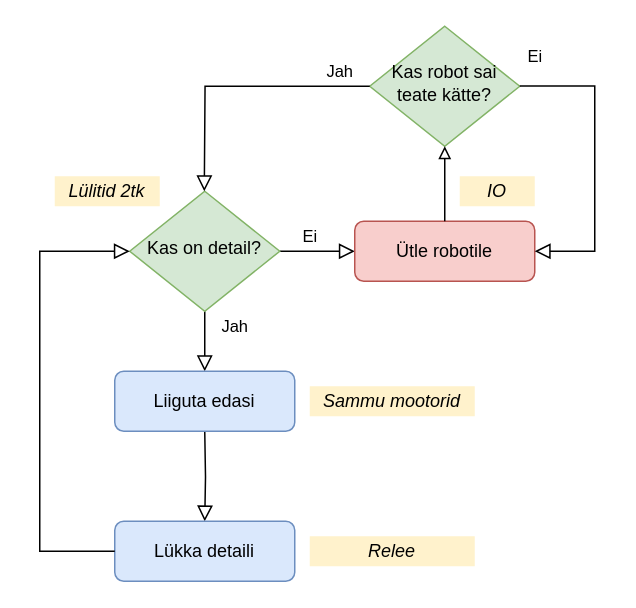
The draw.io diagram Skeemid/Vooskeem.drawio in taunoe/etteande-automatiseerimine-2025, before the edit. Source tidied: cells renumbered, new cells numbered last; positions are measured from the earlier drawing's top-left corner, leaving out a move shared by most shapes. Both pictures are drawn from the tidied source at 150%, with x=0, y=0 at pixel (39, 26).
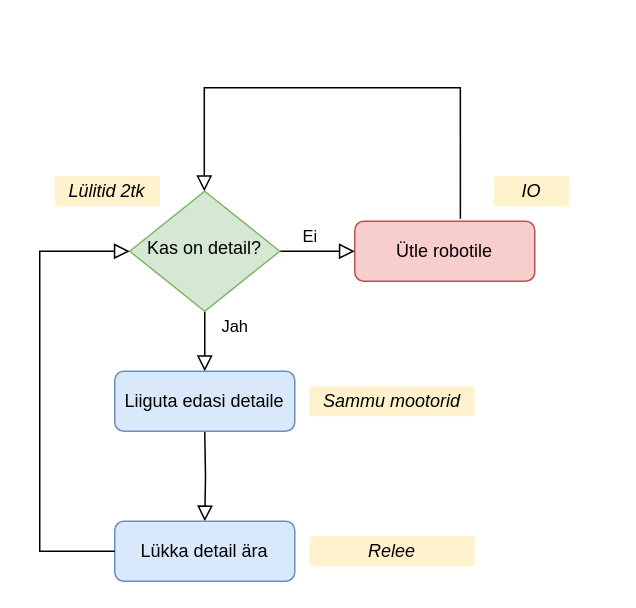
The same diagram, later.

Unchanged cells that the change refers to:
```xml
<mxCell id="5" value="Ütle robotile" style="rounded=1;whiteSpace=wrap;html=1;fontSize=12;glass=0;strokeWidth=1;shadow=0;fillColor=#f8cecc;strokeColor=#b85450;" parent="1" vertex="1">
  <mxGeometry x="210" y="130" width="120" height="40" as="geometry" />
</mxCell>
```

The edit, as a diff of the source:
```diff
@@
-    <mxCell id="7" value="Lükka detaili" style="rounded=1;whiteSpace=wrap;html=1;fontSize=12;glass=0;strokeWidth=1;shadow=0;fillColor=#dae8fc;strokeColor=#6c8ebf;" parent="1" vertex="1">
+    <mxCell id="7" value="Lükka detail ära" style="rounded=1;whiteSpace=wrap;html=1;fontSize=12;glass=0;strokeWidth=1;shadow=0;fillColor=#dae8fc;strokeColor=#6c8ebf;" parent="1" vertex="1">
       <mxGeometry x="50" y="330" width="120" height="40" as="geometry" />
     </mxCell>
-    <mxCell id="8" value="Liiguta edasi" style="rounded=1;whiteSpace=wrap;html=1;fontSize=12;glass=0;strokeWidth=1;shadow=0;fillColor=#dae8fc;strokeColor=#6c8ebf;" parent="1" vertex="1">
+    <mxCell id="8" value="Liiguta edasi detaile" style="rounded=1;whiteSpace=wrap;html=1;fontSize=12;glass=0;strokeWidth=1;shadow=0;fillColor=#dae8fc;strokeColor=#6c8ebf;" parent="1" vertex="1">
       <mxGeometry x="50" y="230" width="120" height="40" as="geometry" />
     </mxCell>
@@
     <mxCell id="10" value="&lt;i&gt;IO&lt;/i&gt;" style="text;html=1;align=center;verticalAlign=middle;whiteSpace=wrap;rounded=0;fillColor=#fff2cc;strokeColor=none;gradientColor=none;dashed=1;dashPattern=1 4;" parent="1" vertex="1">
-      <mxGeometry x="280" y="100" width="50" height="20" as="geometry" />
+      <mxGeometry x="303" y="100" width="50" height="20" as="geometry" />
     </mxCell>
@@
-    <mxCell id="13" value="Kas robot sai teate kätte?" style="rhombus;whiteSpace=wrap;html=1;shadow=0;fontFamily=Helvetica;fontSize=12;align=center;strokeWidth=1;spacing=6;spacingTop=-4;fillColor=#d5e8d4;strokeColor=#82b366;" parent="1" vertex="1">
-      <mxGeometry x="220" width="100" height="80" as="geometry" />
-    </mxCell>
-    <mxCell id="14" value="Jah" style="rounded=0;html=1;jettySize=auto;fontSize=11;endArrow=block;endFill=0;endSize=8;strokeWidth=1;shadow=0;labelBackgroundColor=none;edgeStyle=orthogonalEdgeStyle;exitX=0;exitY=0.5;exitDx=0;exitDy=0;" parent="1" edge="1" source="13">
+    <mxCell id="14" style="rounded=0;html=1;jettySize=auto;fontSize=11;endArrow=block;endFill=0;endSize=8;strokeWidth=1;shadow=0;labelBackgroundColor=none;edgeStyle=orthogonalEdgeStyle;exitX=0.587;exitY=-0.042;exitDx=0;exitDy=0;exitPerimeter=0;" parent="1" edge="1" source="5">
       <mxGeometry x="-0.78" y="-10" relative="1" as="geometry">
         <mxPoint x="109.7" y="110" as="targetPoint" />
+        <Array as="points">
+          <mxPoint x="280" y="41" />
+          <mxPoint x="110" y="41" />
+        </Array>
       </mxGeometry>
     </mxCell>
-    <mxCell id="15" style="endArrow=block;html=1;rounded=0;exitX=0.5;exitY=0;exitDx=0;exitDy=0;endFill=0;" parent="1" edge="1" source="5">
-      <mxGeometry relative="1" as="geometry">
-        <mxPoint x="270" y="80" as="targetPoint" />
-      </mxGeometry>
-    </mxCell>
-    <mxCell id="16" value="Ei" style="edgeStyle=orthogonalEdgeStyle;rounded=0;html=1;jettySize=auto;fontSize=11;endArrow=block;endFill=0;endSize=8;strokeWidth=1;shadow=0;labelBackgroundColor=none;entryX=1;entryY=0.5;entryDx=0;entryDy=0;" parent="1" edge="1" target="5">
-      <mxGeometry x="-0.9" y="20" relative="1" as="geometry">
-        <mxPoint x="320" y="39.8" as="sourcePoint" />
-        <Array as="points">
-          <mxPoint x="370" y="40" />
-          <mxPoint x="370" y="150" />
-        </Array>
-      </mxGeometry>
-    </mxCell>
```
